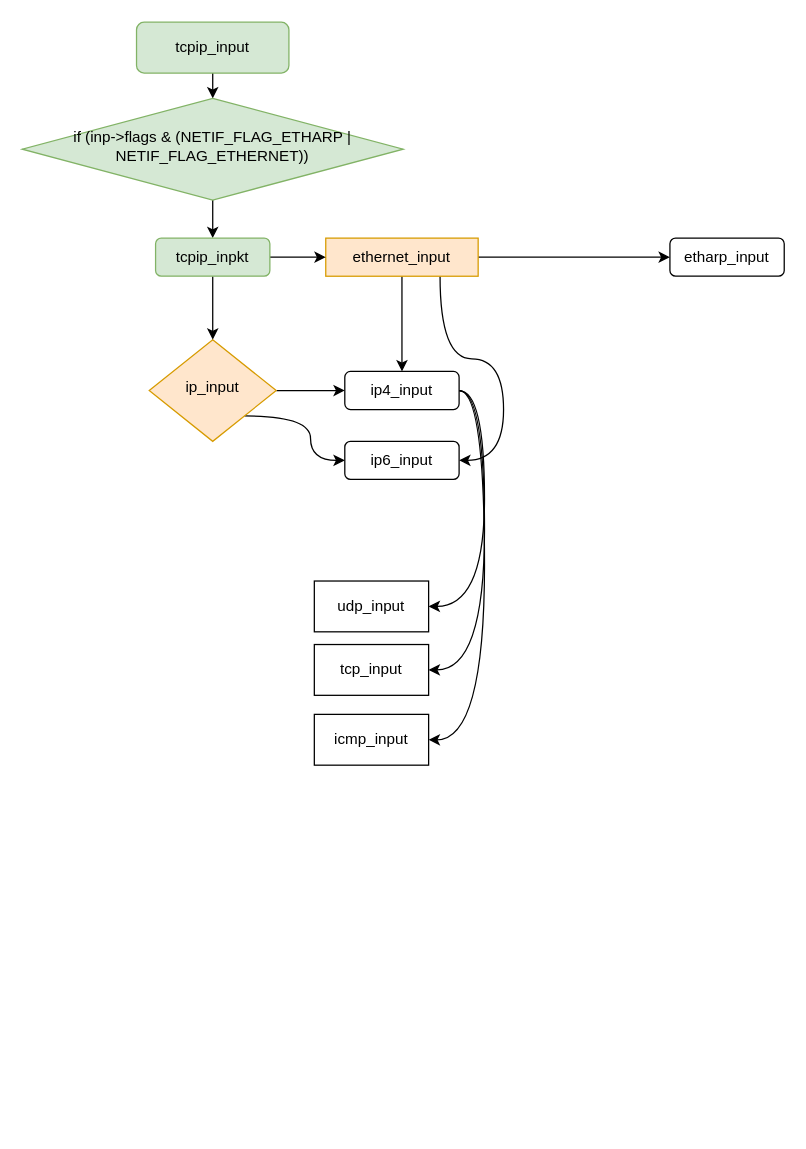
dosmlp/drawio keeps this draw.io diagram as 未命名绘图.drawio. Above is the earlier version. Source tidied: cells renumbered, new cells numbered last; positions are measured from the earlier drawing's top-left corner, leaving out a move shared by most shapes. Both pictures are drawn from the tidied source at 127%, with x=0, y=0 at pixel (22, 22).
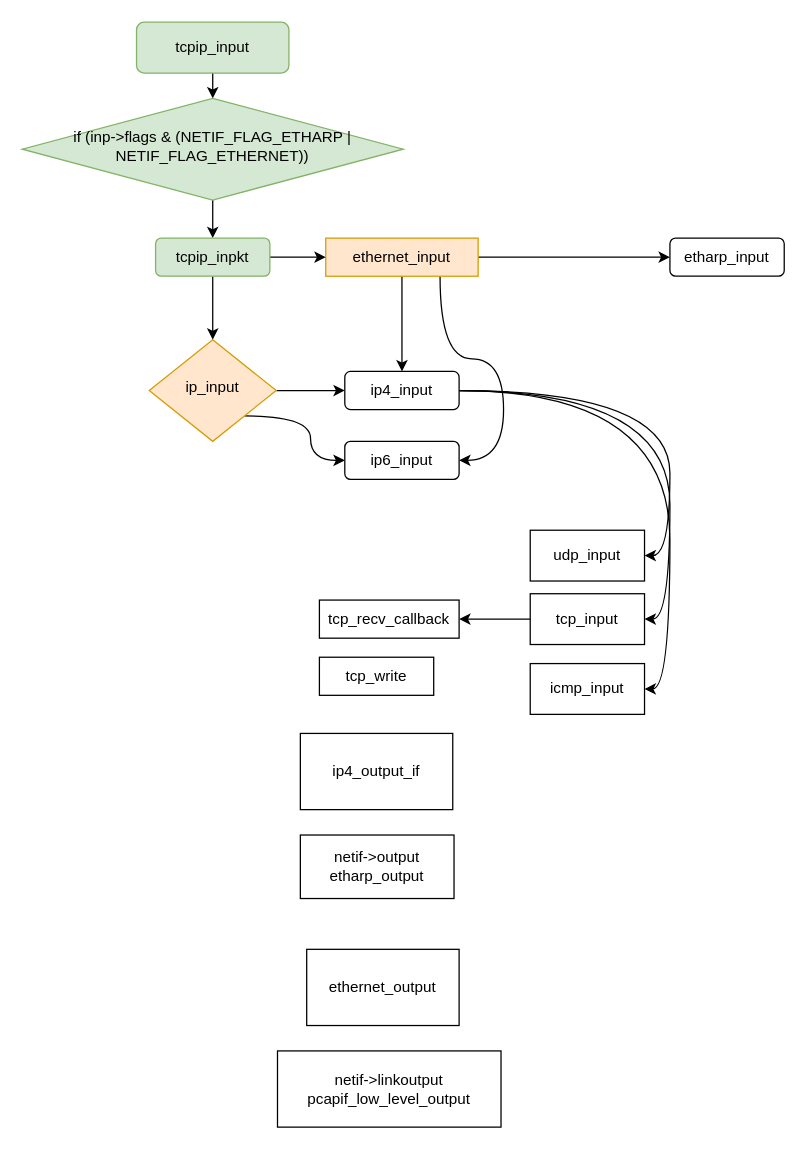
Above is the later version.

Commit message:
更新未命名绘图.drawio

What changed in the source:
```diff
@@
     <mxCell id="22" value="udp_input" style="rounded=0;whiteSpace=wrap;html=1;" parent="1" vertex="1">
-      <mxGeometry x="230" y="440" width="90" height="40" as="geometry" />
+      <mxGeometry x="400" y="400" width="90" height="40" as="geometry" />
     </mxCell>
+    <mxCell id="25" style="edgeStyle=orthogonalEdgeStyle;rounded=0;jettySize=auto;html=1;curved=1;" parent="1" edge="1" source="23" target="26">
+      <mxGeometry relative="1" as="geometry" />
+    </mxCell>
     <mxCell id="23" value="tcp_input" style="rounded=0;whiteSpace=wrap;html=1;" parent="1" vertex="1">
-      <mxGeometry x="230" y="490" width="90" height="40" as="geometry" />
+      <mxGeometry x="400" y="450" width="90" height="40" as="geometry" />
     </mxCell>
     <mxCell id="24" value="icmp_input" style="rounded=0;whiteSpace=wrap;html=1;" parent="1" vertex="1">
-      <mxGeometry x="230" y="545" width="90" height="40" as="geometry" />
+      <mxGeometry x="400" y="505" width="90" height="40" as="geometry" />
     </mxCell>
+    <mxCell id="26" value="tcp_recv_callback" style="rounded=0;whiteSpace=wrap;html=1;" parent="1" vertex="1">
+      <mxGeometry x="234" y="455" width="110" height="30" as="geometry" />
+    </mxCell>
+    <mxCell id="27" value="tcp_write" style="rounded=0;whiteSpace=wrap;html=1;" parent="1" vertex="1">
+      <mxGeometry x="234" y="500" width="90" height="30" as="geometry" />
+    </mxCell>
+    <mxCell id="28" value="ip4_output_if" style="rounded=0;whiteSpace=wrap;html=1;" parent="1" vertex="1">
+      <mxGeometry x="219" y="560" width="120" height="60" as="geometry" />
+    </mxCell>
+    <mxCell id="29" value="netif-&amp;gt;output&lt;br&gt;etharp_output" style="rounded=0;whiteSpace=wrap;html=1;" parent="1" vertex="1">
+      <mxGeometry x="219" y="640" width="121" height="50" as="geometry" />
+    </mxCell>
+    <mxCell id="30" value="ethernet_output" style="rounded=0;whiteSpace=wrap;html=1;" parent="1" vertex="1">
+      <mxGeometry x="224" y="730" width="120" height="60" as="geometry" />
+    </mxCell>
+    <mxCell id="31" value="netif-&amp;gt;linkoutput&lt;br&gt;pcapif_low_level_output" style="rounded=0;whiteSpace=wrap;html=1;" parent="1" vertex="1">
+      <mxGeometry x="201" y="810" width="176" height="60" as="geometry" />
+    </mxCell>
```
